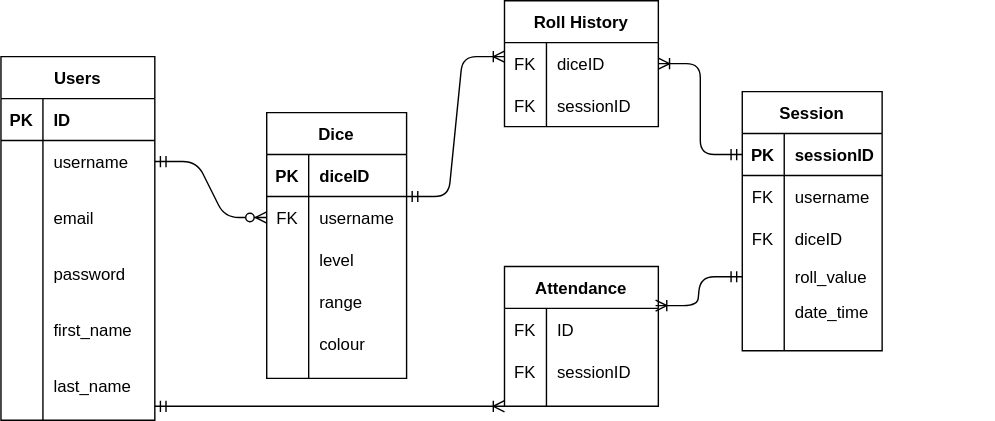
The draw.io diagram images/databaseUML.svg in adicarlisle/QA-Core-Fundamental-Project, before a commit. Source tidied: cells renumbered, new cells last; positions are measured from the earlier drawing's top-left corner, leaving out a move shared by most shapes.
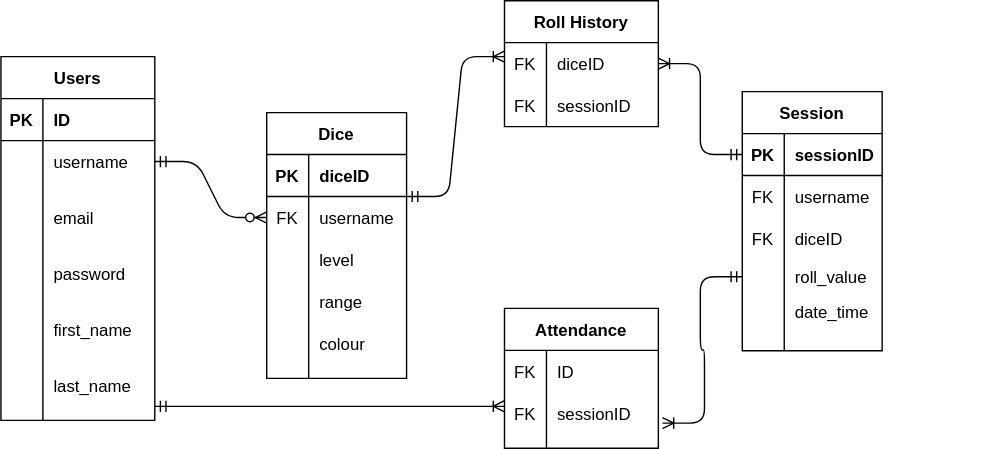
The same file after the commit.

What changed in the source:
```diff
@@ -186,7 +186,7 @@
       <mxGeometry x="30" width="80" height="30" as="geometry" />
     </mxCell>
     <mxCell id="62" value="Attendance" style="shape=table;startSize=30;rowLines=0;fontStyle=1;align=center;" parent="1" vertex="1">
-      <mxGeometry x="360" y="190" width="110" height="100" as="geometry" />
+      <mxGeometry x="360" y="220" width="110" height="100" as="geometry" />
     </mxCell>
     <mxCell id="63" style="shape=partialRectangle;fillColor=none;top=0;left=0;bottom=0;right=0;points=[[0,0.5],[1,0.5]];portConstraint=eastwest;" parent="62" vertex="1">
       <mxGeometry y="30" width="110" height="30" as="geometry" />
@@ -215,7 +215,7 @@
         <mxPoint x="360" y="290" as="targetPoint" />
       </mxGeometry>
     </mxCell>
-    <mxCell id="71" style="edgeStyle=entityRelationEdgeStyle;fontSize=12;html=1;endArrow=ERoneToMany;startArrow=ERmandOne;entryX=0.982;entryY=-0.067;entryDx=0;entryDy=0;entryPerimeter=0;exitX=0;exitY=0.5;exitDx=0;exitDy=0;" parent="1" edge="1" source="51" target="63">
+    <mxCell id="71" style="edgeStyle=entityRelationEdgeStyle;fontSize=12;html=1;endArrow=ERoneToMany;startArrow=ERmandOne;exitX=0;exitY=0.5;exitDx=0;exitDy=0;entryX=1.027;entryY=0.733;entryDx=0;entryDy=0;entryPerimeter=0;" parent="1" edge="1" source="51" target="66">
       <mxGeometry relative="1" as="geometry" />
     </mxCell>
   </root>
```
